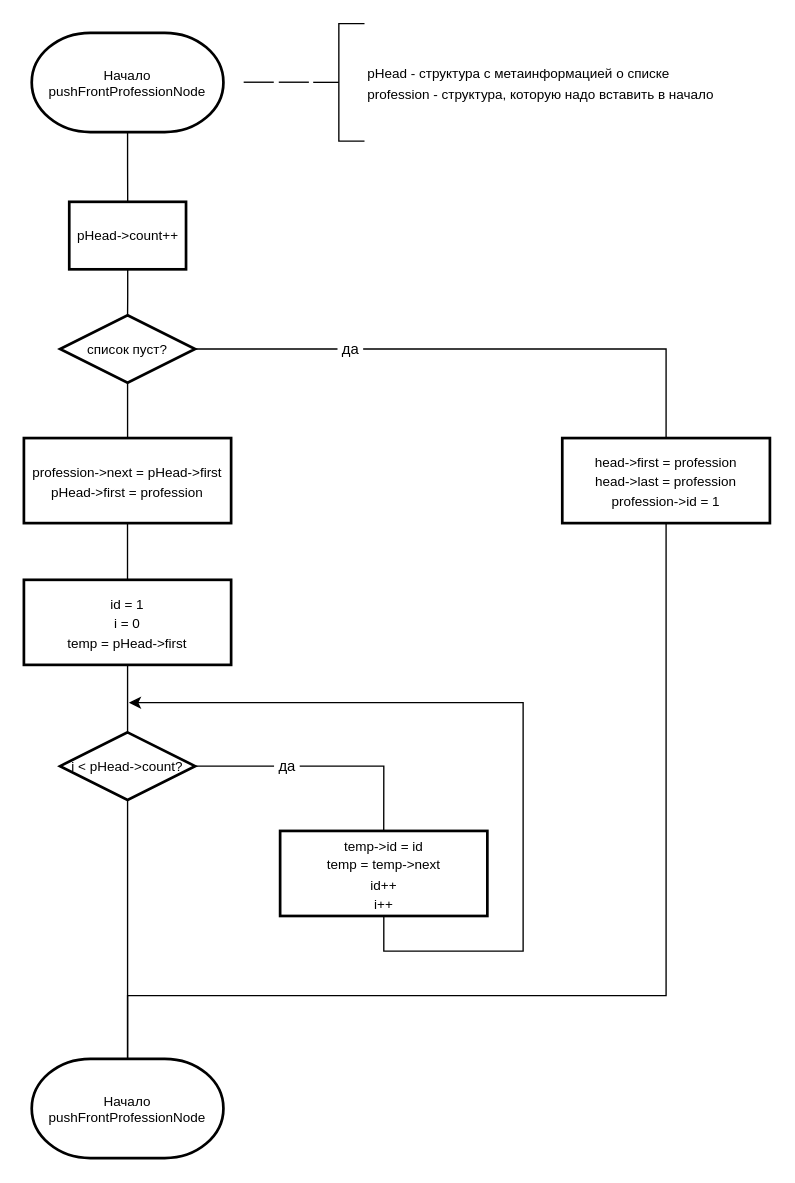
Pyc-Nya/leti-programming-1-course keeps this draw.io diagram as page "pushFrontProfessionNode" (4 of 4) of labs/010/3311sharpinskiy-lab10.drawio. Above is the earlier version. Source tidied: cells renumbered, new cells numbered last; positions are measured from the earlier drawing's top-left corner, leaving out a move shared by most shapes. Both pictures are drawn from the tidied source at 135%, with x=0, y=0 at pixel (23, 23).
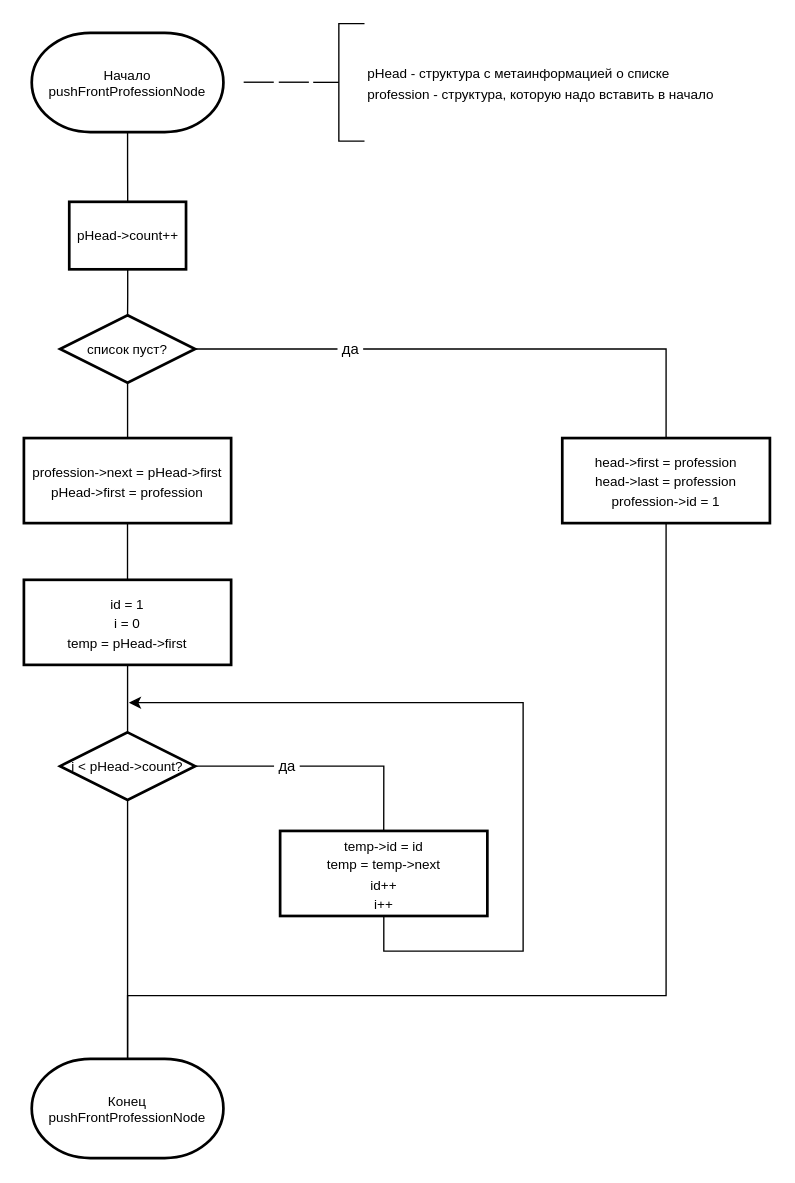
After the change.

The edit, as a diff of the source:
```diff
@@
-    <mxCell id="23" value="Начало&lt;br&gt;pushFrontProfessionNode" style="strokeWidth=2;html=1;shape=mxgraph.flowchart.terminator;whiteSpace=wrap;fontSize=10;" parent="1" vertex="1">
+    <mxCell id="23" value="Конец&lt;br&gt;pushFrontProfessionNode" style="strokeWidth=2;html=1;shape=mxgraph.flowchart.terminator;whiteSpace=wrap;fontSize=10;" parent="1" vertex="1">
       <mxGeometry x="6" y="766.8" width="142" height="73.5" as="geometry" />
     </mxCell>
```
